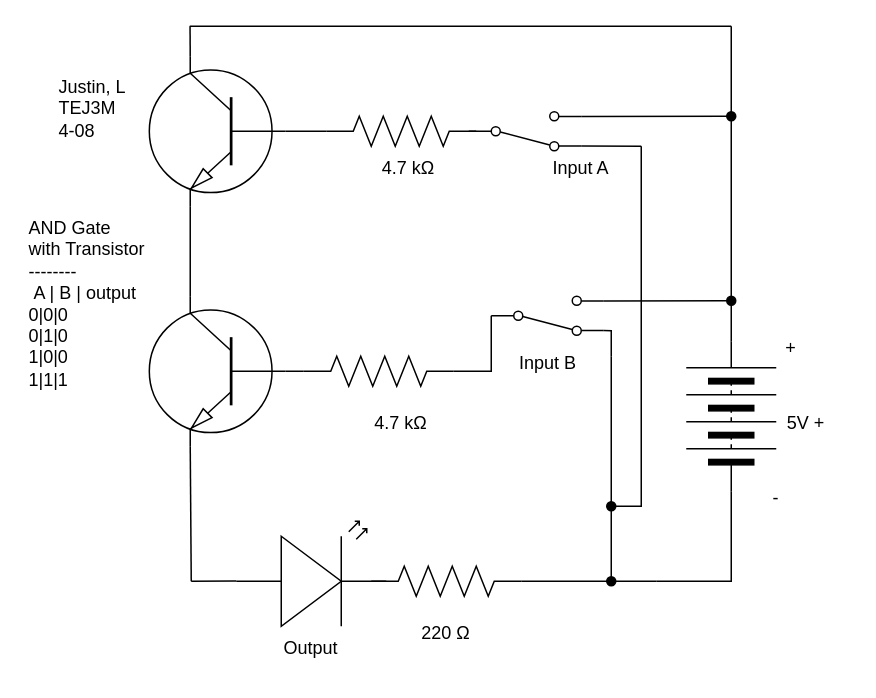
Above: Unit-4-08/Schematic-4-08.drawio in andre-deveau/Unit-4-TEJ3M (draw.io), before the change. Source tidied: cells renumbered, new cells numbered last; positions are measured from the earlier drawing's top-left corner, leaving out a move shared by most shapes. Both pictures are drawn from the tidied source at 150%, with x=0, y=0 at pixel (26, 26).
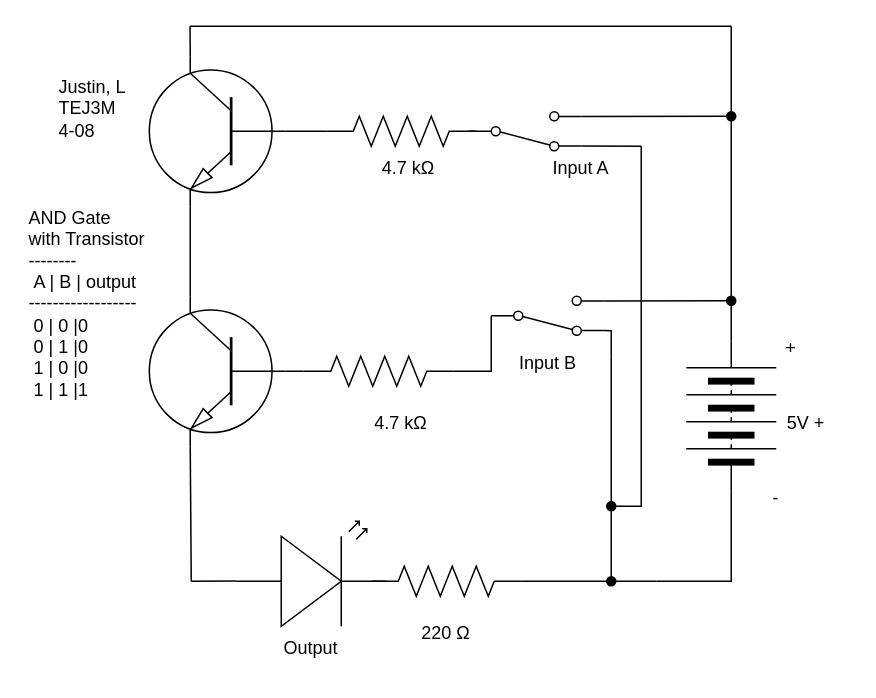
Above is the later version.

The edit, as a diff of the source:
```diff
@@
-    <mxCell id="18" value="AND Gate with Transistor&lt;br&gt;--------&lt;br&gt;&amp;nbsp;A | B | output 0|0|0&lt;br&gt;0|1|0&lt;br&gt;1|0|0&lt;br&gt;1|1|1" style="text;strokeColor=none;align=left;fillColor=none;html=1;verticalAlign=middle;whiteSpace=wrap;rounded=0;" parent="1" vertex="1">
+    <mxCell id="18" value="AND Gate with Transistor&lt;br&gt;--------&lt;br&gt;&amp;nbsp;A | B | output&amp;nbsp; ------------------&lt;br&gt;&amp;nbsp;0 | 0 |0&lt;br&gt;&amp;nbsp;0 | 1 |0&lt;br&gt;&amp;nbsp;1 | 0 |0&lt;br&gt;&amp;nbsp;1 | 1 |1" style="text;strokeColor=none;align=left;fillColor=none;html=1;verticalAlign=middle;whiteSpace=wrap;rounded=0;" parent="1" vertex="1">
       <mxGeometry y="170" width="80" height="30" as="geometry" />
     </mxCell>
```
